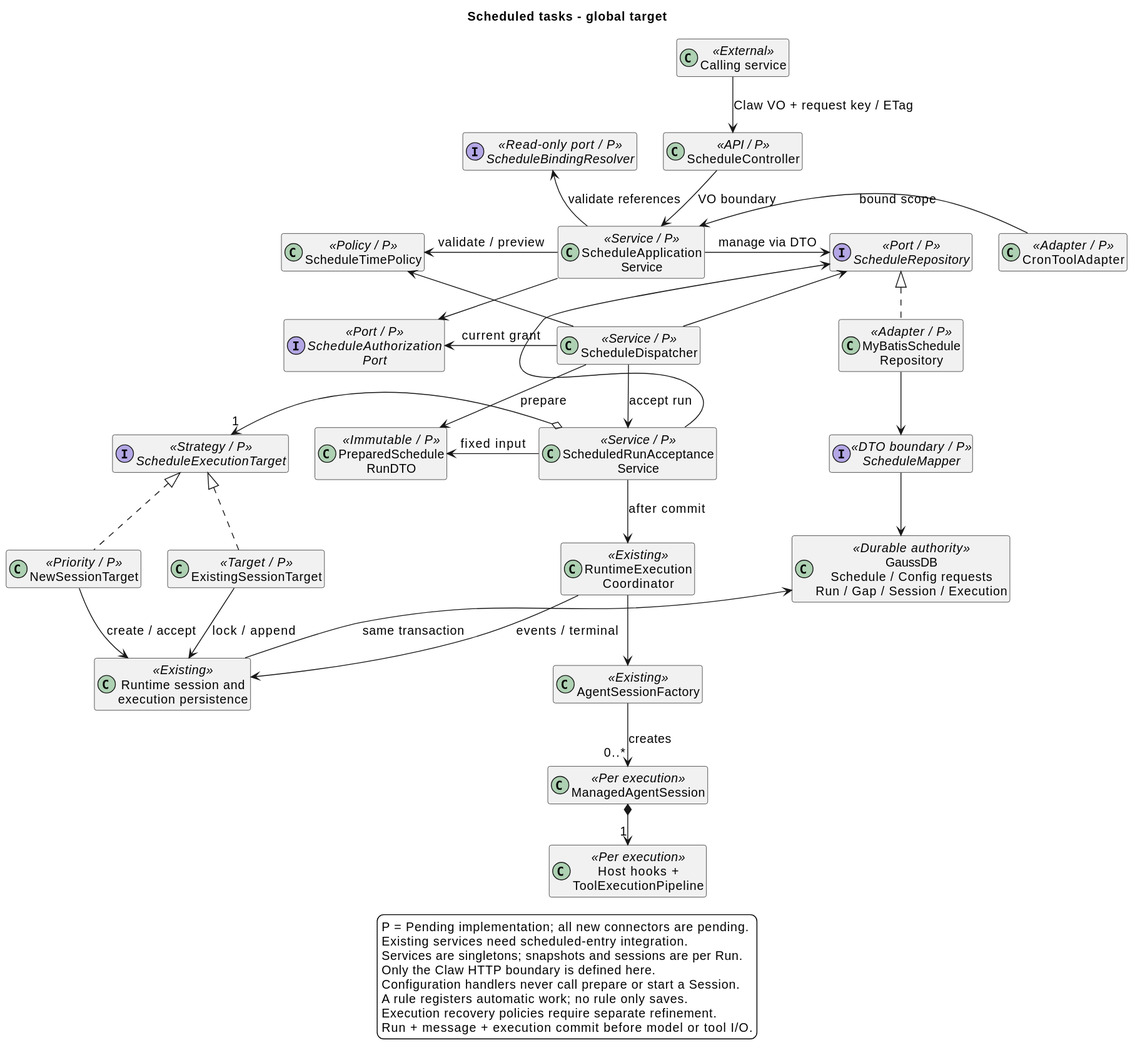
The PlantUML diagram 01-总体架构/08-CampusClaw定时任务/scheduled_task_architecture.svg in ssm0808/pi-mono-java-design, before a commit.
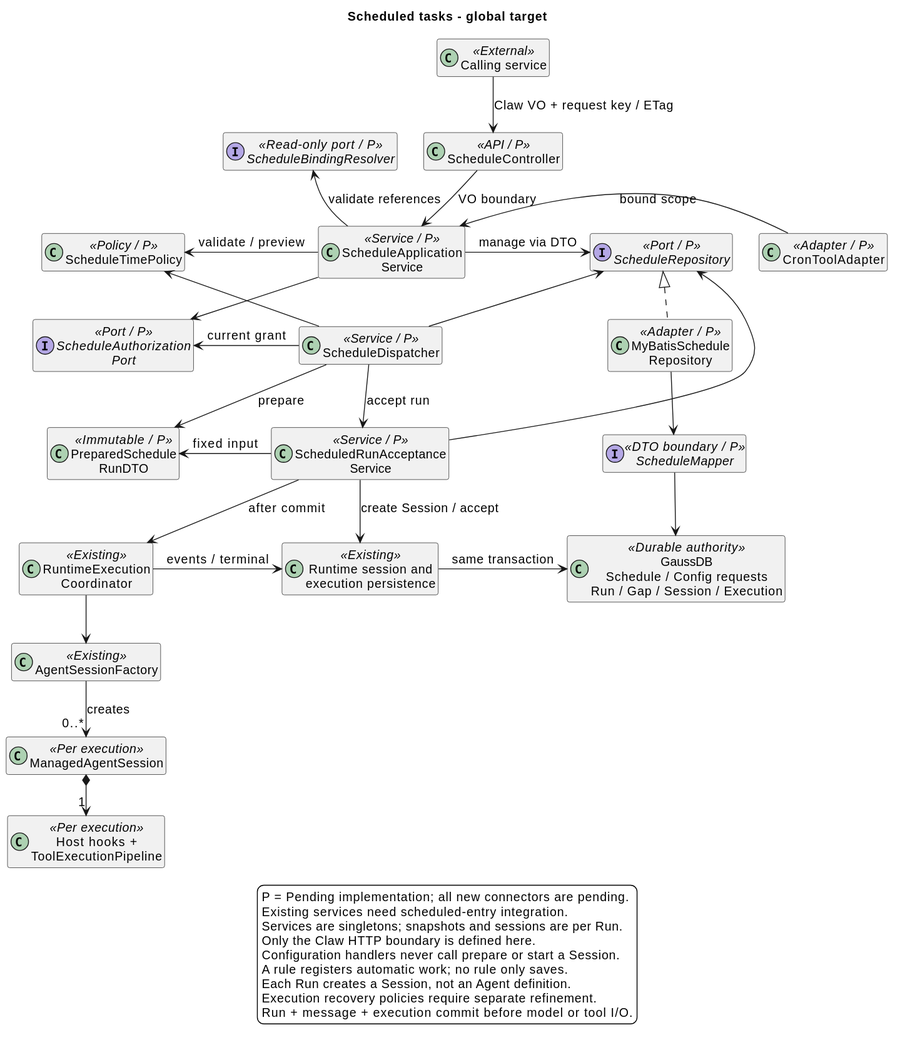
After the commit.

Commit message:
docs(schedule): use a new session for every run

Change to the diagram source:
```diff
@@ -20,9 +20,6 @@
 interface "ScheduleMapper" as Mapper <<DTO boundary / P>>
 class "GaussDB\nSchedule / Config requests\nRun / Gap / Session / Execution" as Db <<Durable authority>>
 class "ScheduledRunAcceptance\nService" as Accept <<Service / P>>
-interface "ScheduleExecutionTarget" as Target <<Strategy / P>>
-class "NewSessionTarget" as New <<Priority / P>>
-class "ExistingSessionTarget" as Existing <<Target / P>>
 class "Runtime session and\nexecution persistence" as Persist <<Existing>>
 class "RuntimeExecution\nCoordinator" as Coordinator <<Existing>>
 class "AgentSessionFactory" as Factory <<Existing>>
@@ -48,11 +45,7 @@
 Repo <|.. RepoImpl
 RepoImpl -down-> Mapper
 Mapper -down-> Db
-Accept o-left-> "1" Target
-Target <|.. New
-Target <|.. Existing
-New -down-> Persist : create / accept
-Existing -down-> Persist : lock / append
+Accept -down-> Persist : create Session / accept
 Persist -[norank]-> Db : same transaction
 Accept -down-> Coordinator : after commit
 Coordinator -[norank]-> Persist : events / terminal
@@ -66,6 +59,7 @@
   Only the Claw HTTP boundary is defined here.
   Configuration handlers never call prepare or start a Session.
   A rule registers automatic work; no rule only saves.
+  Each Run creates a Session, not an Agent definition.
   Execution recovery policies require separate refinement.
   Run + message + execution commit before model or tool I/O.
 endlegend
```
